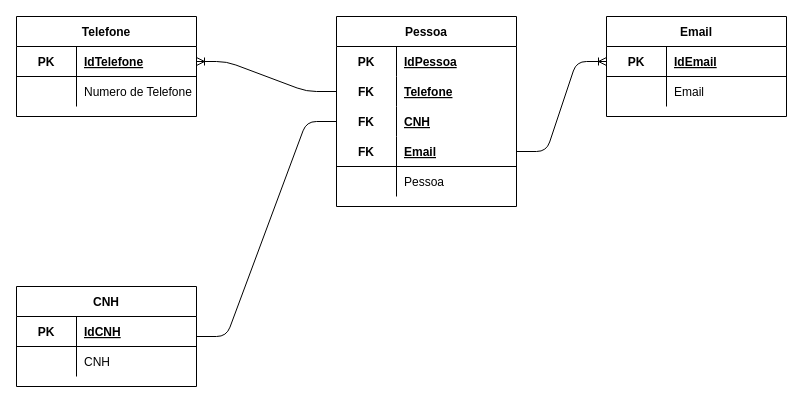
Before: page "Logico" (2 of 2) of exercicios/1.1-exercicio-pessoas/1.1-exercicio-pessoas.drawio in Caic-Mateus/SENAI-2Termo-Sprint1-BD, a draw.io diagram. Source tidied: cells renumbered, new cells numbered last; positions are measured from the earlier drawing's top-left corner, leaving out a move shared by most shapes. Both pictures are drawn from the tidied source at 100%, with x=0, y=0 at pixel (16, 16).
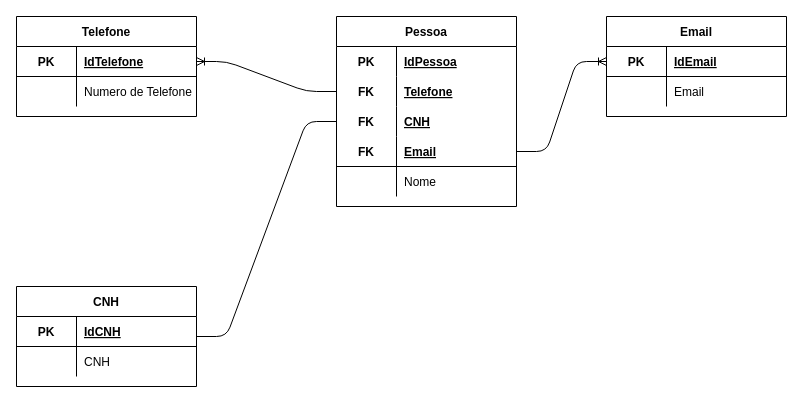
Above is the later version.

Unchanged cells that the change refers to:
```xml
<mxCell id="15" style="shape=partialRectangle;fillColor=none;top=0;left=0;bottom=0;right=0;" parent="2" vertex="1">
  <mxGeometry y="150" width="180" height="30" as="geometry" />
</mxCell>
```

Change to the diagram source:
```diff
@@
-    <mxCell id="17" value="Pessoa" style="shape=partialRectangle;fillColor=none;top=0;left=0;bottom=0;right=0;align=left;spacingLeft=6;overflow=hidden;" parent="15" vertex="1">
+    <mxCell id="17" value="Nome" style="shape=partialRectangle;fillColor=none;top=0;left=0;bottom=0;right=0;align=left;spacingLeft=6;overflow=hidden;" parent="15" vertex="1">
       <mxGeometry x="60" width="120" height="30" as="geometry" />
     </mxCell>
```
